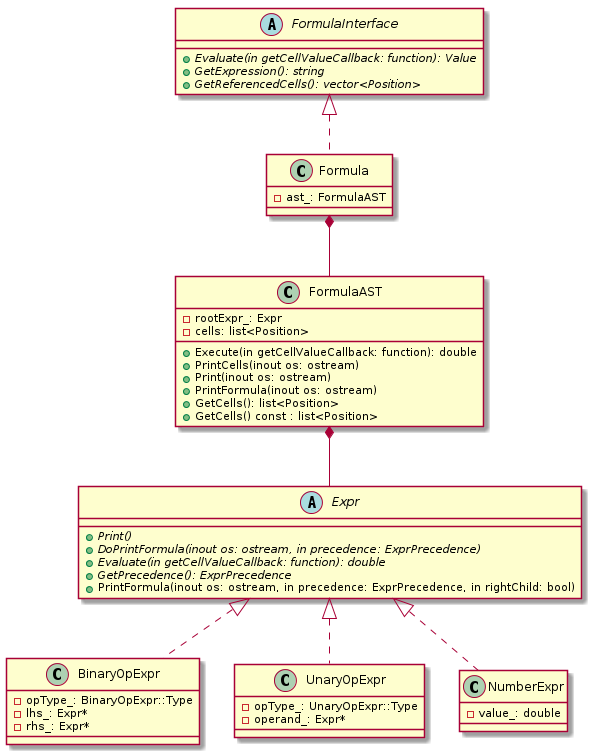
This is uml/png/formula.png from kazarynau/YandexPraktikumFinal, a PlantUML export, as it was before one commit.
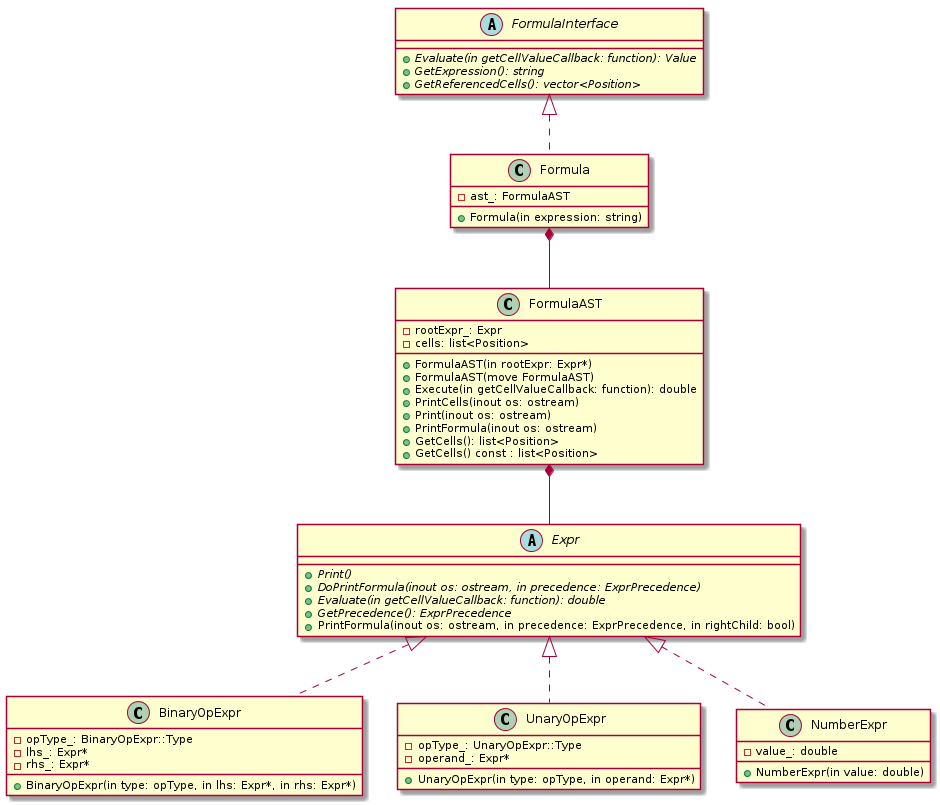
Above is the later version.

The edit, as a diff of the source:
```diff
@@ -9,17 +9,20 @@
 }
 
 class BinaryOpExpr {
+    +BinaryOpExpr(in type: opType, in lhs: Expr*, in rhs: Expr*)
     -opType_: BinaryOpExpr::Type
     -lhs_: Expr*
     -rhs_: Expr*
 }
 
 class UnaryOpExpr {
+    +UnaryOpExpr(in type: opType, in operand: Expr*)
     -opType_: UnaryOpExpr::Type
     -operand_: Expr*
 }
 
 class NumberExpr {
+    +NumberExpr(in value: double)
     -value_: double
 }
 
@@ -29,6 +32,8 @@
 
 
 class FormulaAST {
+    +FormulaAST(in rootExpr: Expr*)
+    +FormulaAST(move FormulaAST)
     +Execute(in getCellValueCallback: function): double
     +PrintCells(inout os: ostream)
     +Print(inout os: ostream)
@@ -49,6 +54,7 @@
 }
 
 class Formula {
+    +Formula(in expression: string)
     -ast_: FormulaAST
 }
 
```
